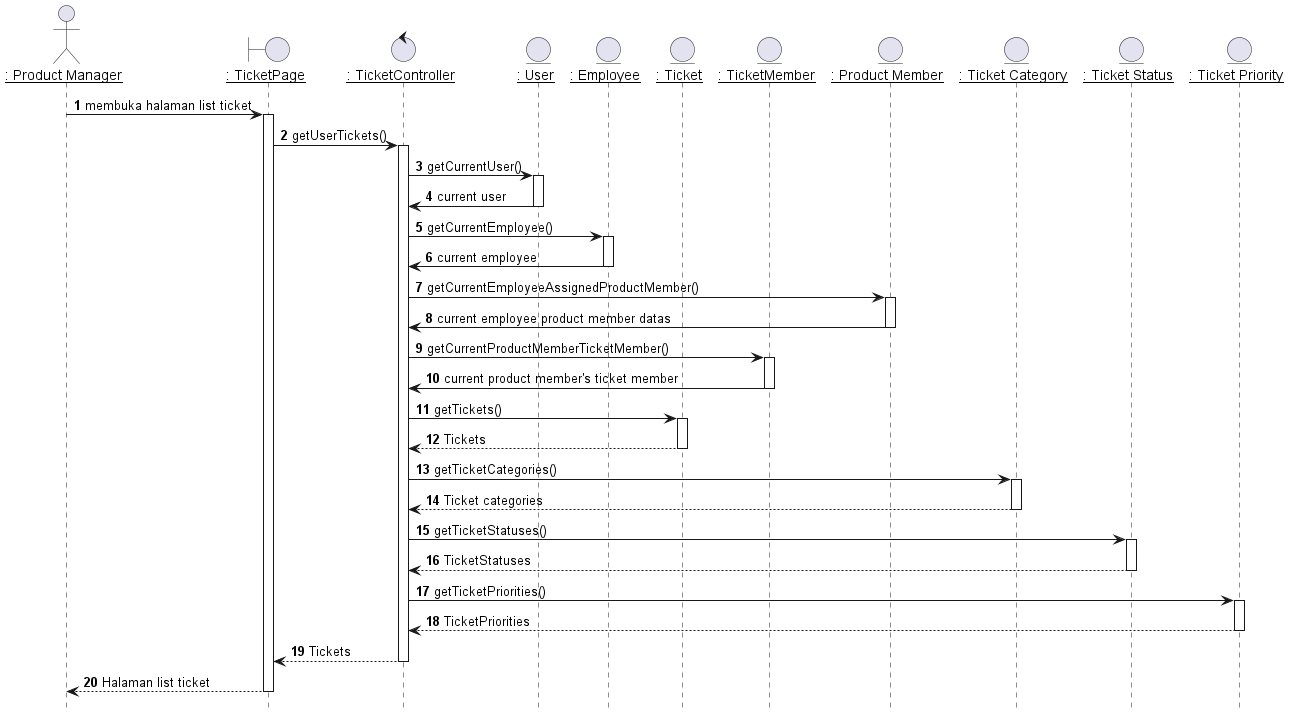
This is out/plantuml/sequence/ipm/ipm1/Melihat List Ticket.png from TAS-PKL/Laporan-PKL-Ticketing, a PlantUML export, as it was before one commit.
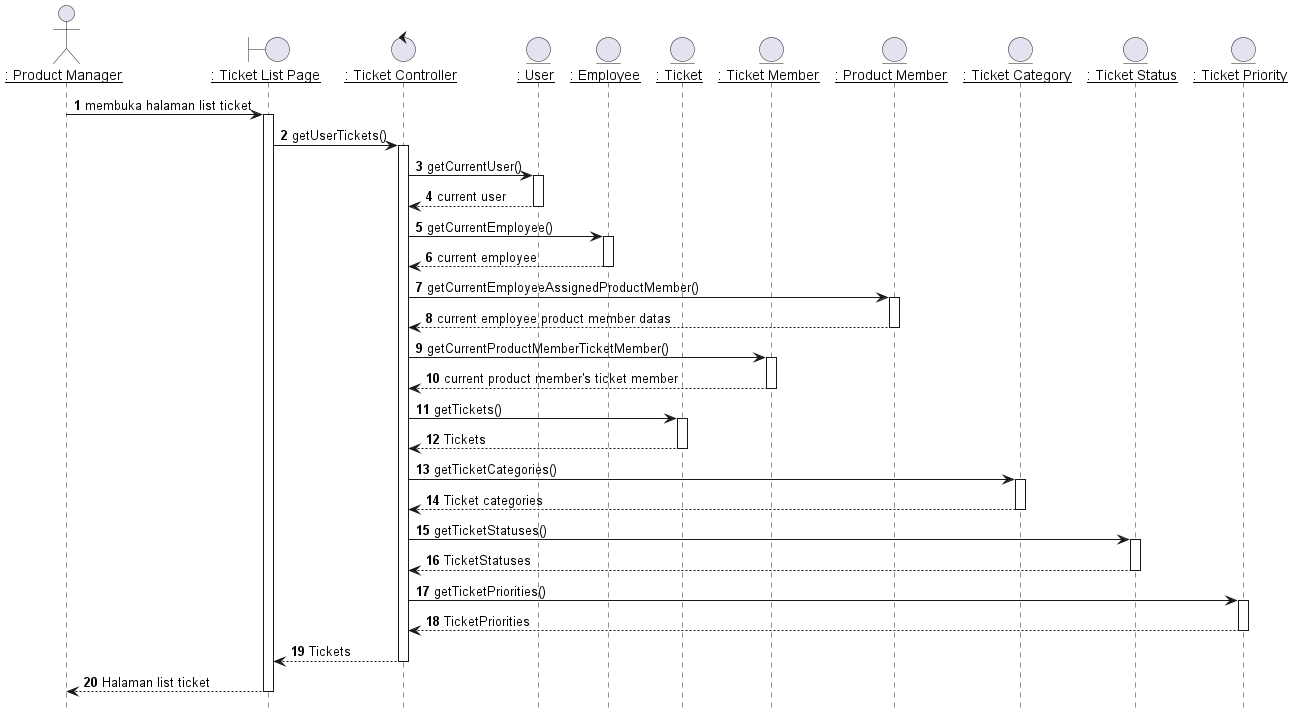
The same file after the commit.

Diff of the diagram source:
```diff
@@ -4,12 +4,12 @@
 
 
 actor IPM as "__: Product Manager__"
-boundary TicketPage as "__: TicketPage__"
-control TicketController as "__: TicketController__"
+boundary TicketPage as "__: Ticket List Page__"
+control TicketController as "__: Ticket Controller__"
 entity User as "__: User__"
 entity Employee as "__: Employee__"
 entity Ticket as "__: Ticket__"
-entity TicketMember as "__: TicketMember__"
+entity TicketMember as "__: Ticket Member__"
 entity ProductMember as "__: Product Member__"
 entity TicketCategories as "__: Ticket Category__"
 entity TicketStatuses as "__: Ticket Status__"
@@ -25,25 +25,25 @@
 TicketController -> User: getCurrentUser()
 activate User
 
-User -> TicketController: current user
+User --> TicketController: current user
 deactivate User
 
 TicketController -> Employee: getCurrentEmployee()
 activate Employee
 
-Employee -> TicketController: current employee
+Employee --> TicketController: current employee
 deactivate Employee
 
 TicketController -> ProductMember: getCurrentEmployeeAssignedProductMember()
 activate ProductMember
 
-ProductMember -> TicketController: current employee product member datas
+ProductMember --> TicketController: current employee product member datas
 deactivate ProductMember
 
 TicketController -> TicketMember: getCurrentProductMemberTicketMember()
 activate TicketMember
 
-TicketMember -> TicketController: current product member's ticket member
+TicketMember --> TicketController: current product member's ticket member
 deactivate TicketMember
 
 TicketController -> Ticket: getTickets()
```
